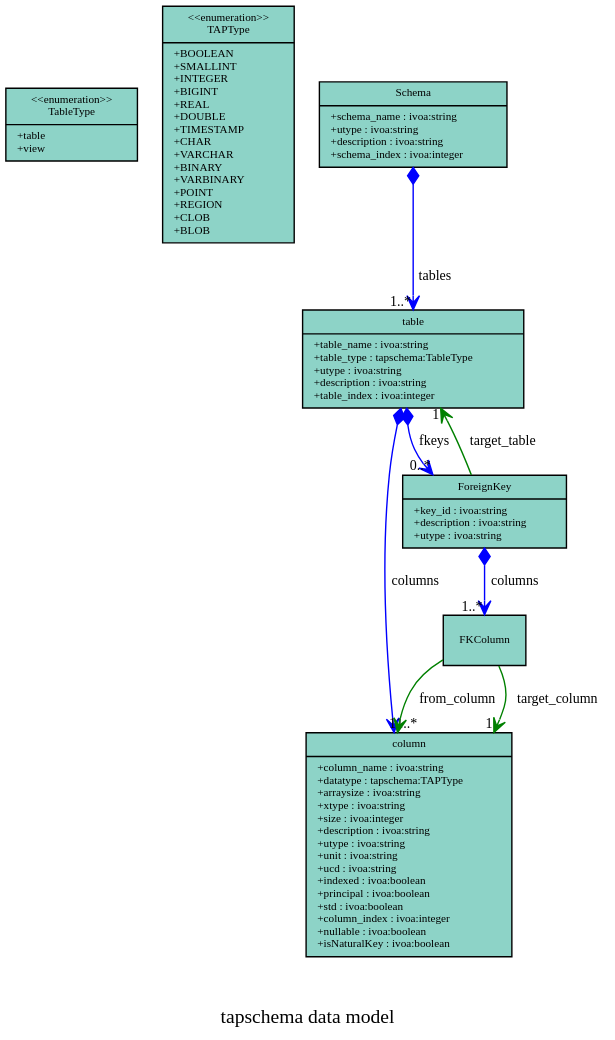
ivoa/TAPSchemaDM keeps this PlantUML diagram as generated/tapschema.vo-dml.svg. Above is the earlier version. Its source is kept beside it as generated/schema/tapschema.vo-dml.tap.plantuml.
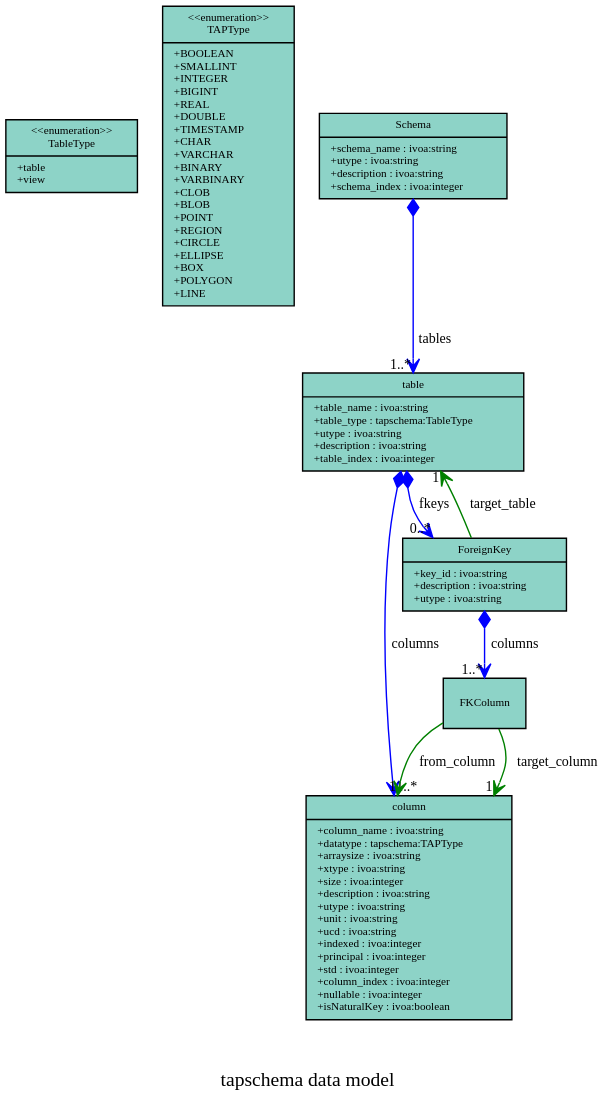
After the change.

The edit, as a diff of the source:
```diff
@@ -5,27 +5,17 @@
 
 entity "TAP_SCHEMA.schemas" as TAP_SCHEMA.schemas {
 
-    schema_name : VARCHAR
 
 ---
 
-    utype : VARCHAR
-description : VARCHAR
-schema_index : INTEGER
 
 }
 
 entity "TAP_SCHEMA.tables" as TAP_SCHEMA.tables {
 
-    schema_name : VARCHAR
-table_name : VARCHAR
 
 ---
 
-    table_type : VARCHAR
-utype : VARCHAR
-description : VARCHAR
-table_index : INTEGER
 
 ---
       schema_name : VARCHAR<<FK>>
@@ -34,26 +24,9 @@
 
 entity "TAP_SCHEMA.columns" as TAP_SCHEMA.columns {
 
-    schema_name : VARCHAR
-table_name : VARCHAR
-column_name : VARCHAR
 
 ---
 
-    datatype : VARCHAR
-arraysize : VARCHAR
-xtype : VARCHAR
-size : INTEGER
-description : VARCHAR
-utype : VARCHAR
-unit : VARCHAR
-ucd : VARCHAR
-indexed : INTEGER
-principal : INTEGER
-std : INTEGER
-column_index : INTEGER
-nullable : INTEGER
-isNaturalKey : INTEGER
 
 ---
       schema_name : VARCHAR<<FK>>
@@ -63,16 +36,9 @@
 
 entity "TAP_SCHEMA.keys" as TAP_SCHEMA.keys {
 
-    key_id : VARCHAR
 
 ---
 
-    schema_name : VARCHAR
-from_table : VARCHAR
-target_table_schema_name : VARCHAR
-target_table : VARCHAR
-description : VARCHAR
-utype : VARCHAR
 
 ---
       target_table_schema_name : VARCHAR<<FK>>
@@ -84,17 +50,9 @@
 
 entity "TAP_SCHEMA.key_columns" as TAP_SCHEMA.key_columns {
 
-    FKCOLUMN_ID : BIGINT
 
 ---
 
-    key_id : VARCHAR
-from_column_schema_name : VARCHAR
-from_column_table_name : VARCHAR
-from_column : VARCHAR
-target_column_schema_name : VARCHAR
-target_column_table_name : VARCHAR
-target_column : VARCHAR
 
 ---
       from_column_schema_name : VARCHAR<<FK>>
```
